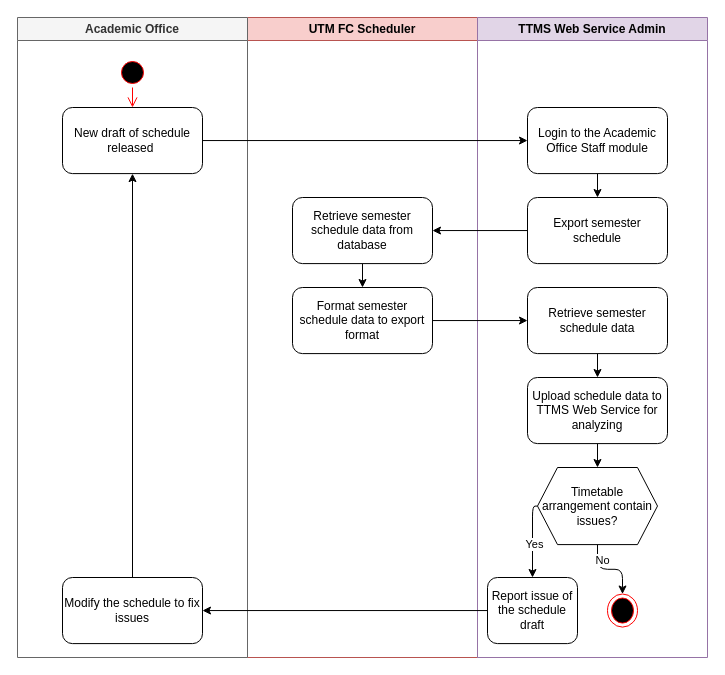
Earlier version of the draw.io diagram activity/to-be-ttms.drawio (AdmiJW/UTM-FC-Scheduler-UML). Source tidied: cells renumbered, new cells numbered last; positions are measured from the earlier drawing's top-left corner, leaving out a move shared by most shapes. Both pictures are drawn from the tidied source at 100%, with x=0, y=0 at pixel (17, 17).
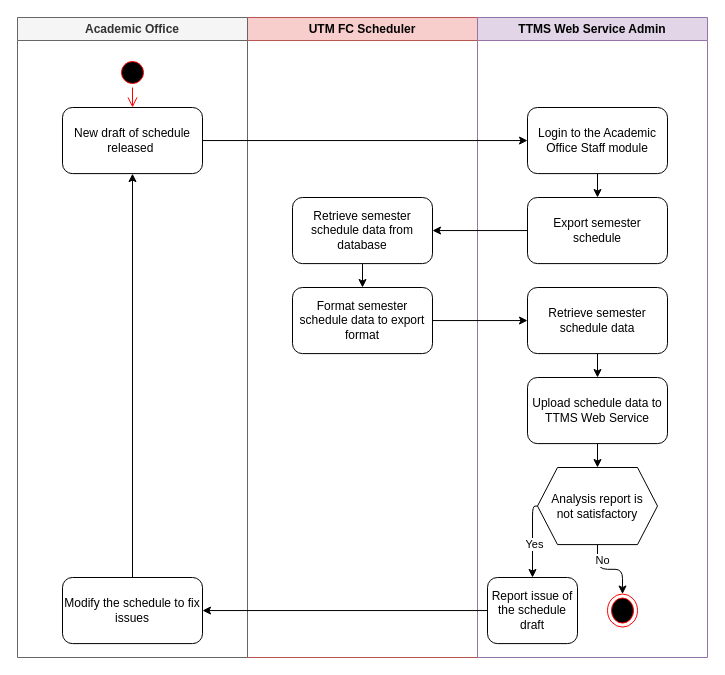
The same page after the edit.

Unchanged cells that the change refers to:
```xml
<mxCell id="6" value="TTMS Web Service Admin" style="swimlane;whiteSpace=wrap;html=1;fillColor=#e1d5e7;strokeColor=#9673a6;" parent="1" vertex="1">
  <mxGeometry x="460" width="230" height="640" as="geometry" />
</mxCell>
```

Change to the diagram source:
```diff
@@
-    <mxCell id="13" value="Upload schedule data to TTMS Web Service for analyzing" style="rounded=1;whiteSpace=wrap;html=1;" parent="6" vertex="1">
+    <mxCell id="13" value="Upload schedule data to TTMS Web Service" style="rounded=1;whiteSpace=wrap;html=1;" parent="6" vertex="1">
       <mxGeometry x="50" y="360" width="140" height="66.1" as="geometry" />
     </mxCell>
@@
-    <mxCell id="18" value="Timetable arrangement contain issues?" style="shape=hexagon;perimeter=hexagonPerimeter2;whiteSpace=wrap;html=1;fixedSize=1;" parent="6" vertex="1">
+    <mxCell id="18" value="Analysis report is&lt;br style=&quot;border-color: var(--border-color);&quot;&gt;not satisfactory" style="shape=hexagon;perimeter=hexagonPerimeter2;whiteSpace=wrap;html=1;fixedSize=1;" parent="6" vertex="1">
       <mxGeometry x="60" y="450" width="120" height="77.1" as="geometry" />
     </mxCell>
```
